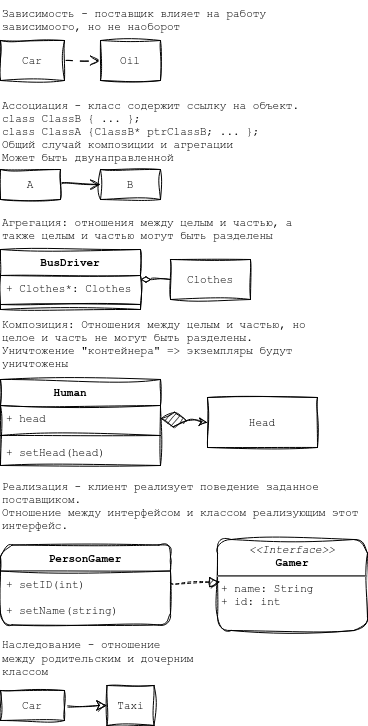
This is UML.png from Amatikay/SDT_helper, a draw.io export, as it was before one commit. Source tidied: cells renumbered, new cells last; positions are measured from the earlier drawing's top-left corner, leaving out a move shared by most shapes.
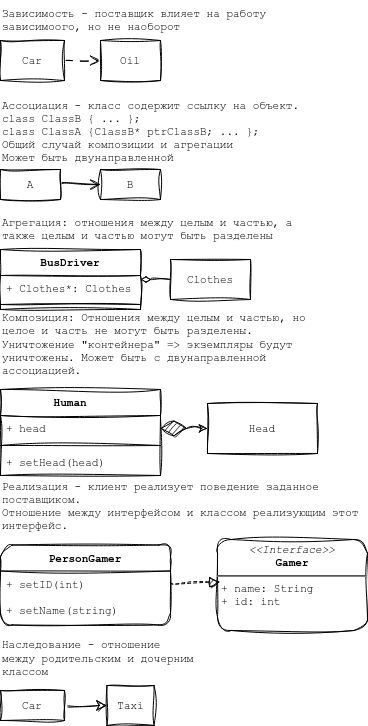
Later version of the same file.

Diff of the diagram source:
```diff
@@ -17,11 +17,11 @@
     <mxCell id="6" value="&lt;p style=&quot;margin: 4px 0px 0px; text-align: center; font-size: 11px;&quot;&gt;&lt;i style=&quot;font-size: 11px;&quot;&gt;&amp;lt;&amp;lt;Interface&amp;gt;&amp;gt;&lt;/i&gt;&lt;br style=&quot;font-size: 11px;&quot;&gt;&lt;b style=&quot;font-size: 11px;&quot;&gt;Gamer&lt;/b&gt;&lt;br style=&quot;font-size: 11px;&quot;&gt;&lt;/p&gt;&lt;hr style=&quot;font-size: 11px;&quot;&gt;&lt;p style=&quot;margin: 0px 0px 0px 4px; font-size: 11px;&quot;&gt;+ name: String&lt;br style=&quot;font-size: 11px;&quot;&gt;+ id: int&lt;/p&gt;" style="verticalAlign=top;align=left;overflow=fill;fontSize=11;fontFamily=Courier New;html=1;whiteSpace=wrap;rounded=1;sketch=1;curveFitting=1;jiggle=2;labelBackgroundColor=none;swimlaneLine=1;shadow=0;fontColor=default;" parent="1" vertex="1">
       <mxGeometry x="217" y="539" width="150" height="91" as="geometry" />
     </mxCell>
-    <mxCell id="7" value="Композиция: Отношения между целым и частью, но целое и часть не могут быть разделены. Уничтожение &quot;контейнера&quot; =&amp;gt; экземпляры будут уничтожены" style="text;strokeColor=none;fillColor=none;html=1;align=left;verticalAlign=middle;whiteSpace=wrap;rounded=0;fontSize=11;fontFamily=Courier New;swimlaneLine=1;sketch=1;curveFitting=1;jiggle=2;shadow=0;fontColor=default;labelBackgroundColor=none;" parent="1" vertex="1">
+    <mxCell id="7" value="Композиция: Отношения между целым и частью, но целое и часть не могут быть разделены. Уничтожение &quot;контейнера&quot; =&amp;gt; экземпляры будут уничтожены. Может быть с двунаправленной ассоциацией." style="text;strokeColor=none;fillColor=none;html=1;align=left;verticalAlign=middle;whiteSpace=wrap;rounded=0;fontSize=11;fontFamily=Courier New;swimlaneLine=1;sketch=1;curveFitting=1;jiggle=2;shadow=0;fontColor=default;labelBackgroundColor=none;" parent="1" vertex="1">
       <mxGeometry y="319" width="317" height="50" as="geometry" />
     </mxCell>
     <mxCell id="8" value="Human&lt;span style=&quot;white-space: pre; font-size: 11px;&quot;&gt;&#9;&lt;br style=&quot;font-size: 11px;&quot;&gt;&lt;br style=&quot;font-size: 11px;&quot;&gt;&lt;/span&gt;" style="swimlane;fontStyle=1;align=center;verticalAlign=top;horizontal=1;startSize=26;whiteSpace=wrap;html=1;sketch=1;hachureGap=4;jiggle=2;curveFitting=1;fontFamily=Courier New;fontSize=11;swimlaneLine=1;shadow=0;fontColor=default;labelBackgroundColor=none;" parent="1" vertex="1">
-      <mxGeometry y="379" width="160" height="86" as="geometry" />
+      <mxGeometry y="389" width="160" height="86" as="geometry" />
     </mxCell>
     <mxCell id="9" value="+ head" style="text;strokeColor=none;fillColor=none;align=left;verticalAlign=top;spacingLeft=4;spacingRight=4;overflow=hidden;points=[[0,0.5],[1,0.5]];portConstraint=eastwest;whiteSpace=wrap;html=1;fontSize=11;fontFamily=Courier New;shadow=0;sketch=1;curveFitting=1;jiggle=2;swimlaneLine=1;fontColor=default;labelBackgroundColor=none;" parent="8" vertex="1">
       <mxGeometry y="26" width="160" height="26" as="geometry" />
@@ -33,7 +33,7 @@
       <mxGeometry y="60" width="160" height="26" as="geometry" />
     </mxCell>
     <mxCell id="12" value="Head" style="html=1;whiteSpace=wrap;sketch=1;hachureGap=4;jiggle=2;curveFitting=1;fontFamily=Courier New;fontSize=11;swimlaneLine=1;shadow=0;fontColor=default;labelBackgroundColor=none;" parent="1" vertex="1">
-      <mxGeometry x="207" y="397" width="110" height="50" as="geometry" />
+      <mxGeometry x="207" y="403" width="110" height="50" as="geometry" />
     </mxCell>
     <mxCell id="13" style="endArrow=diamondThin;endFill=1;endSize=24;html=1;rounded=0;sketch=1;hachureGap=4;jiggle=2;curveFitting=1;fontFamily=Courier New;fontSize=11;curved=1;exitX=0;exitY=0.5;exitDx=0;exitDy=0;entryX=1;entryY=0.5;entryDx=0;entryDy=0;startArrow=classic;startFill=1;swimlaneLine=1;shadow=0;fontColor=default;labelBackgroundColor=none;" parent="1" edge="1" source="12" target="9">
       <mxGeometry relative="1" as="geometry" />
```
